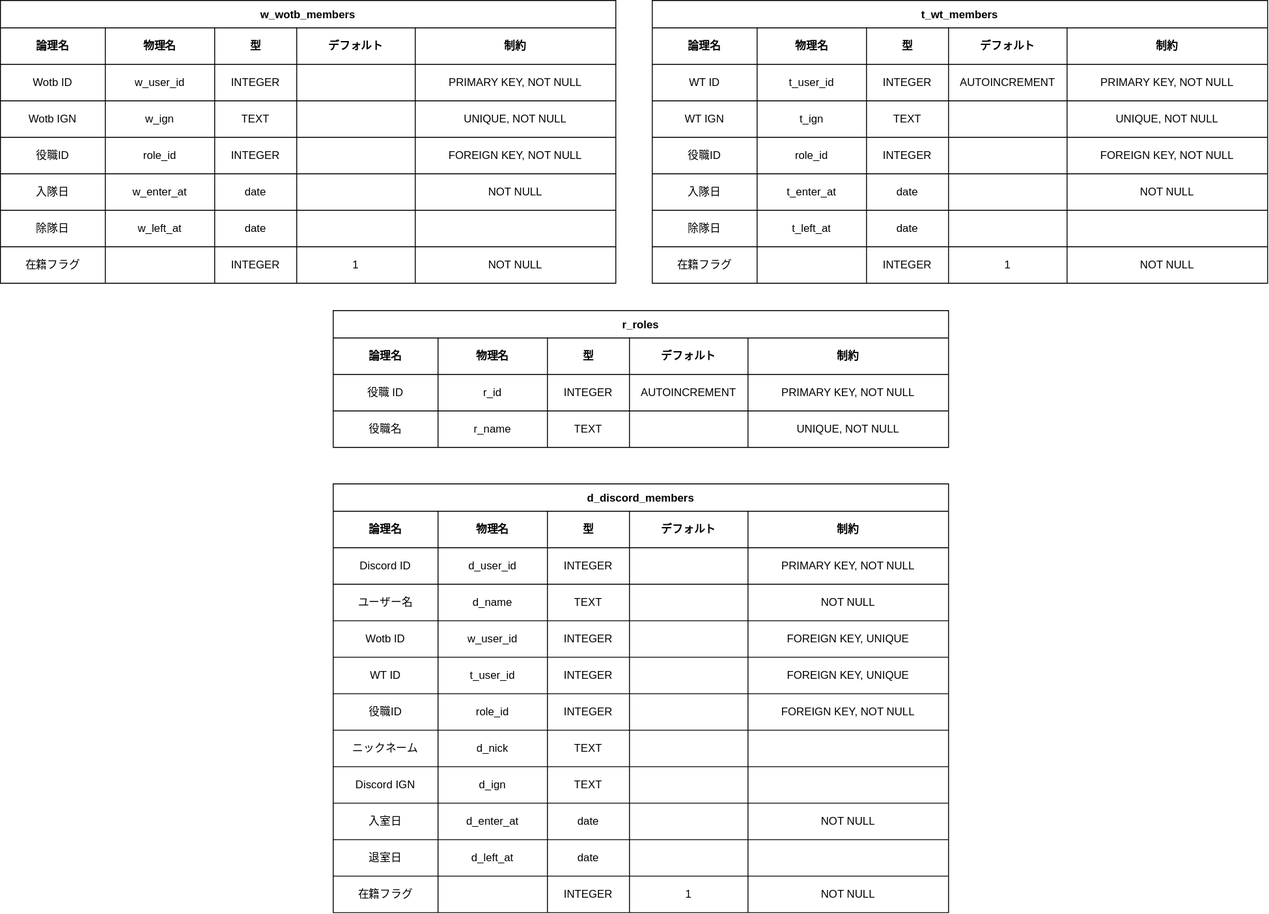
Above: doc/DB-Butsuri.drawio.svg in otazero/ClanManagementDiscordBot (draw.io), before the change. Source tidied: cells renumbered, new cells last; positions are measured from the earlier drawing's top-left corner, leaving out a move shared by most shapes.
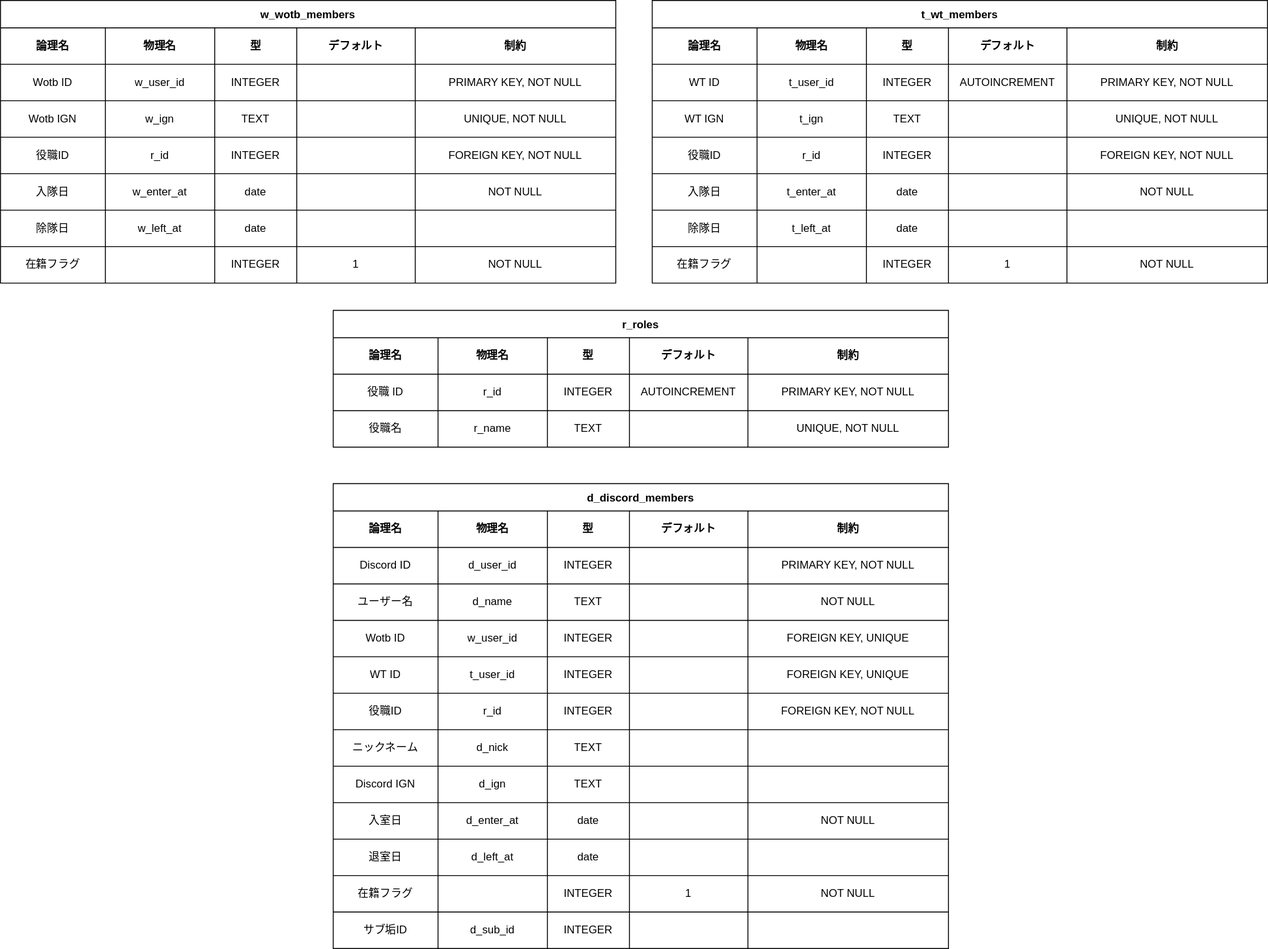
The same file after the commit.

Commit message:
サブ垢カラム追加

Change to the diagram source:
```diff
@@ -68,7 +68,7 @@
     <mxCell id="23" style="shape=partialRectangle;html=1;whiteSpace=wrap;fillColor=none;top=0;left=0;bottom=0;right=0;overflow=hidden;" parent="22" vertex="1">
       <mxGeometry width="115" height="40" as="geometry" />
     </mxCell>
-    <mxCell id="24" value="role_id" style="shape=partialRectangle;html=1;whiteSpace=wrap;fillColor=none;top=0;left=0;bottom=0;right=0;overflow=hidden;" parent="22" vertex="1">
+    <mxCell id="24" value="r_id" style="shape=partialRectangle;html=1;whiteSpace=wrap;fillColor=none;top=0;left=0;bottom=0;right=0;overflow=hidden;" parent="22" vertex="1">
       <mxGeometry x="115" width="120" height="40" as="geometry" />
     </mxCell>
     <mxCell id="25" value="INTEGER" style="shape=partialRectangle;html=1;whiteSpace=wrap;fillColor=none;top=0;left=0;bottom=0;right=0;overflow=hidden;" parent="22" vertex="1">
@@ -209,7 +209,7 @@
     <mxCell id="70" value="役職ID" style="shape=partialRectangle;html=1;whiteSpace=wrap;fillColor=none;top=0;left=0;bottom=0;right=0;overflow=hidden;" parent="69" vertex="1">
       <mxGeometry width="115" height="40" as="geometry" />
     </mxCell>
-    <mxCell id="71" value="role_id" style="shape=partialRectangle;html=1;whiteSpace=wrap;fillColor=none;top=0;left=0;bottom=0;right=0;overflow=hidden;" parent="69" vertex="1">
+    <mxCell id="71" value="r_id" style="shape=partialRectangle;html=1;whiteSpace=wrap;fillColor=none;top=0;left=0;bottom=0;right=0;overflow=hidden;" parent="69" vertex="1">
       <mxGeometry x="115" width="120" height="40" as="geometry" />
     </mxCell>
     <mxCell id="72" value="INTEGER" style="shape=partialRectangle;html=1;whiteSpace=wrap;fillColor=none;top=0;left=0;bottom=0;right=0;overflow=hidden;" parent="69" vertex="1">
@@ -333,7 +333,7 @@
       <mxGeometry x="455" width="220" height="40" as="geometry" />
     </mxCell>
     <mxCell id="112" value="d_discord_members" style="shape=table;startSize=30;fontStyle=1;align=center;" parent="1" vertex="1">
-      <mxGeometry x="365" y="530" width="675" height="470" as="geometry" />
+      <mxGeometry x="365" y="530" width="675" height="510" as="geometry" />
     </mxCell>
     <mxCell id="113" style="shape=partialRectangle;html=1;whiteSpace=wrap;fillColor=none;top=0;left=0;bottom=0;right=0;" parent="112" vertex="1">
       <mxGeometry y="30" width="675" height="40" as="geometry" />
@@ -431,7 +431,7 @@
     <mxCell id="144" value="役職ID" style="shape=partialRectangle;html=1;whiteSpace=wrap;fillColor=none;top=0;left=0;bottom=0;right=0;overflow=hidden;" parent="143" vertex="1">
       <mxGeometry width="115" height="40" as="geometry" />
     </mxCell>
-    <mxCell id="145" value="role_id" style="shape=partialRectangle;html=1;whiteSpace=wrap;fillColor=none;top=0;left=0;bottom=0;right=0;overflow=hidden;" parent="143" vertex="1">
+    <mxCell id="145" value="r_id" style="shape=partialRectangle;html=1;whiteSpace=wrap;fillColor=none;top=0;left=0;bottom=0;right=0;overflow=hidden;" parent="143" vertex="1">
       <mxGeometry x="115" width="120" height="40" as="geometry" />
     </mxCell>
     <mxCell id="146" value="INTEGER" style="shape=partialRectangle;html=1;whiteSpace=wrap;fillColor=none;top=0;left=0;bottom=0;right=0;overflow=hidden;" parent="143" vertex="1">
@@ -533,5 +533,23 @@
     <mxCell id="178" value="NOT NULL" style="shape=partialRectangle;html=1;whiteSpace=wrap;fillColor=none;top=0;left=0;bottom=0;right=0;overflow=hidden;" parent="173" vertex="1">
       <mxGeometry x="455" width="220" height="40" as="geometry" />
     </mxCell>
+    <mxCell id="179" style="shape=partialRectangle;html=1;whiteSpace=wrap;fillColor=none;top=0;left=0;bottom=0;right=0;" parent="112" vertex="1">
+      <mxGeometry y="470" width="675" height="40" as="geometry" />
+    </mxCell>
+    <mxCell id="180" value="サブ垢ID" style="shape=partialRectangle;html=1;whiteSpace=wrap;fillColor=none;top=0;left=0;bottom=0;right=0;overflow=hidden;" parent="179" vertex="1">
+      <mxGeometry width="115" height="40" as="geometry" />
+    </mxCell>
+    <mxCell id="181" value="d_sub_id" style="shape=partialRectangle;html=1;whiteSpace=wrap;fillColor=none;top=0;left=0;bottom=0;right=0;overflow=hidden;" parent="179" vertex="1">
+      <mxGeometry x="115" width="120" height="40" as="geometry" />
+    </mxCell>
+    <mxCell id="182" value="INTEGER" style="shape=partialRectangle;html=1;whiteSpace=wrap;fillColor=none;top=0;left=0;bottom=0;right=0;overflow=hidden;" parent="179" vertex="1">
+      <mxGeometry x="235" width="90" height="40" as="geometry" />
+    </mxCell>
+    <mxCell id="183" style="shape=partialRectangle;html=1;whiteSpace=wrap;fillColor=none;top=0;left=0;bottom=0;right=0;overflow=hidden;" parent="179" vertex="1">
+      <mxGeometry x="325" width="130" height="40" as="geometry" />
+    </mxCell>
+    <mxCell id="184" style="shape=partialRectangle;html=1;whiteSpace=wrap;fillColor=none;top=0;left=0;bottom=0;right=0;overflow=hidden;" parent="179" vertex="1">
+      <mxGeometry x="455" width="220" height="40" as="geometry" />
+    </mxCell>
   </root>
 </mxGraphModel>
```
